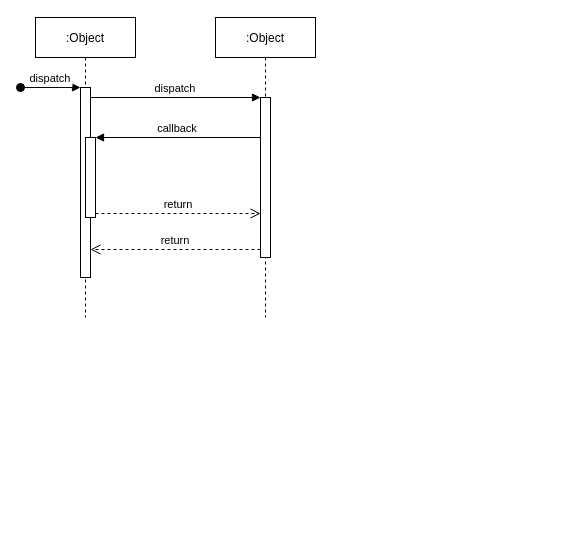
This is Lab2_IS.drawio from TarasKutsyk/IS_Lab2, a draw.io file, before an edit. Source tidied: cells renumbered, new cells numbered last; positions are measured from the earlier drawing's top-left corner, leaving out a move shared by most shapes. Both pictures are drawn from the tidied source at 100%, with x=0, y=0 at pixel (20, 17).
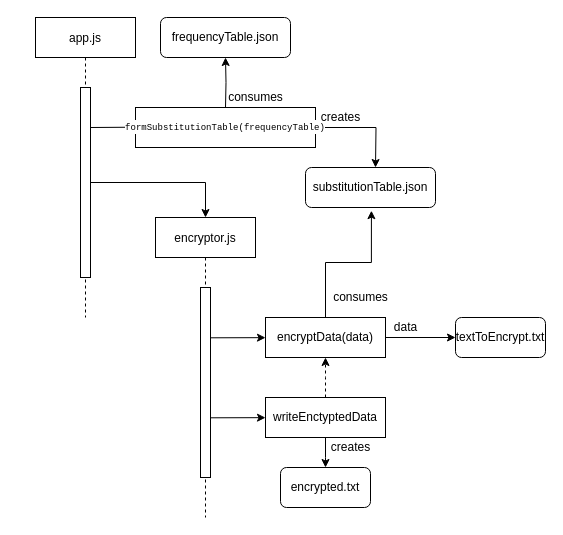
Above is the later version.

The change refers to these unchanged cells:
```xml
<mxCell id="3" style="points=[];perimeter=orthogonalPerimeter;rounded=0;shadow=0;strokeWidth=1;" parent="2" vertex="1">
  <mxGeometry x="45" y="70" width="10" height="190" as="geometry" />
</mxCell>
```

Change to the diagram source:
```diff
@@
-    <mxCell id="2" value=":Object" style="shape=umlLifeline;perimeter=lifelinePerimeter;rounded=0;shadow=0;strokeWidth=1;" parent="1" vertex="1">
+    <mxCell id="2" value="app.js" style="shape=umlLifeline;perimeter=lifelinePerimeter;rounded=0;shadow=0;strokeWidth=1;" parent="1" vertex="1">
       <mxGeometry x="15" width="100" height="300" as="geometry" />
     </mxCell>
@@
-    <mxCell id="4" value="dispatch" style="verticalAlign=bottom;startArrow=oval;endArrow=block;startSize=8;shadow=0;strokeWidth=1;" parent="2" edge="1" target="3">
-      <mxGeometry relative="1" as="geometry">
-        <mxPoint x="-15" y="70" as="sourcePoint" />
-      </mxGeometry>
-    </mxCell>
-    <mxCell id="5" style="points=[];perimeter=orthogonalPerimeter;rounded=0;shadow=0;strokeWidth=1;" parent="2" vertex="1">
-      <mxGeometry x="50" y="120" width="10" height="80" as="geometry" />
-    </mxCell>
-    <mxCell id="6" value=":Object" style="shape=umlLifeline;perimeter=lifelinePerimeter;rounded=0;shadow=0;strokeWidth=1;" parent="1" vertex="1">
-      <mxGeometry x="195" width="100" height="300" as="geometry" />
-    </mxCell>
-    <mxCell id="7" style="points=[];perimeter=orthogonalPerimeter;rounded=0;shadow=0;strokeWidth=1;" parent="6" vertex="1">
-      <mxGeometry x="45" y="80" width="10" height="160" as="geometry" />
-    </mxCell>
-    <mxCell id="8" value="return" style="verticalAlign=bottom;endArrow=open;dashed=1;endSize=8;exitX=0;exitY=0.95;shadow=0;strokeWidth=1;" parent="1" edge="1" source="7" target="3">
-      <mxGeometry relative="1" as="geometry" />
-    </mxCell>
-    <mxCell id="9" value="dispatch" style="verticalAlign=bottom;endArrow=block;entryX=0;entryY=0;shadow=0;strokeWidth=1;" parent="1" edge="1" source="3" target="7">
-      <mxGeometry relative="1" as="geometry" />
-    </mxCell>
-    <mxCell id="10" value="callback" style="verticalAlign=bottom;endArrow=block;entryX=1;entryY=0;shadow=0;strokeWidth=1;" parent="1" edge="1" source="7" target="5">
-      <mxGeometry relative="1" as="geometry" />
-    </mxCell>
-    <mxCell id="11" value="return" style="verticalAlign=bottom;endArrow=open;dashed=1;endSize=8;exitX=1;exitY=0.95;shadow=0;strokeWidth=1;" parent="1" edge="1" source="5" target="7">
-      <mxGeometry relative="1" as="geometry" />
-    </mxCell>
+    <mxCell id="12" style="endArrow=classic;html=1;" parent="1" edge="1">
+      <mxGeometry relative="1" as="geometry">
+        <mxPoint x="70" y="110" as="sourcePoint" />
+        <mxPoint x="115" y="109.7" as="targetPoint" />
+      </mxGeometry>
+    </mxCell>
+    <mxCell id="13" style="rounded=0;whiteSpace=wrap;html=1;" parent="1" vertex="1">
+      <mxGeometry x="115" y="90" width="180" height="40" as="geometry" />
+    </mxCell>
+    <mxCell id="14" style="edgeStyle=orthogonalEdgeStyle;rounded=0;jettySize=auto;html=1;" parent="1" edge="1" source="16">
+      <mxGeometry relative="1" as="geometry">
+        <mxPoint x="355" y="150" as="targetPoint" />
+      </mxGeometry>
+    </mxCell>
+    <mxCell id="15" style="edgeStyle=orthogonalEdgeStyle;rounded=0;jettySize=auto;html=1;entryX=0.5;entryY=1;entryDx=0;entryDy=0;" parent="1" edge="1" target="17">
+      <mxGeometry relative="1" as="geometry">
+        <mxPoint x="205" y="90" as="sourcePoint" />
+      </mxGeometry>
+    </mxCell>
+    <mxCell id="16" value="&lt;pre style=&quot;font-family: &amp;#34;jetbrains mono&amp;#34; , monospace&quot;&gt;&lt;span style=&quot;background-color: rgb(255 , 255 , 255)&quot;&gt;&lt;font style=&quot;font-size: 9px&quot;&gt;formSubstitutionTable(frequencyTable)&lt;/font&gt;&lt;/span&gt;&lt;/pre&gt;" style="text;html=1;strokeColor=none;fillColor=none;align=center;verticalAlign=middle;whiteSpace=wrap;rounded=0;" parent="1" vertex="1">
+      <mxGeometry x="115" y="100" width="180" height="20" as="geometry" />
+    </mxCell>
+    <mxCell id="17" value="frequencyTable.json" style="rounded=1;whiteSpace=wrap;html=1;" parent="1" vertex="1">
+      <mxGeometry x="140" width="130" height="40" as="geometry" />
+    </mxCell>
+    <mxCell id="18" style="edgeStyle=orthogonalEdgeStyle;rounded=0;jettySize=auto;html=1;entryX=0.5;entryY=0;entryDx=0;entryDy=0;entryPerimeter=0;" parent="1" edge="1" source="3" target="19">
+      <mxGeometry relative="1" as="geometry" />
+    </mxCell>
+    <mxCell id="19" value="encryptor.js" style="shape=umlLifeline;perimeter=lifelinePerimeter;rounded=0;shadow=0;strokeWidth=1;" parent="1" vertex="1">
+      <mxGeometry x="135" y="200" width="100" height="300" as="geometry" />
+    </mxCell>
+    <mxCell id="20" style="perimeter=orthogonalPerimeter;rounded=0;shadow=0;strokeWidth=1;" parent="19" vertex="1">
+      <mxGeometry x="45" y="70" width="10" height="190" as="geometry" />
+    </mxCell>
+    <mxCell id="21" value="creates" style="text;html=1;align=center;verticalAlign=middle;" parent="1" vertex="1">
+      <mxGeometry x="295" y="90" width="50" height="20" as="geometry" />
+    </mxCell>
+    <mxCell id="22" value="substitutionTable.json" style="rounded=1;whiteSpace=wrap;html=1;" parent="1" vertex="1">
+      <mxGeometry x="285" y="150" width="130" height="40" as="geometry" />
+    </mxCell>
+    <mxCell id="23" style="endArrow=classic;html=1;" parent="1" edge="1" target="26">
+      <mxGeometry relative="1" as="geometry">
+        <mxPoint x="190" y="320.3" as="sourcePoint" />
+      </mxGeometry>
+    </mxCell>
+    <mxCell id="24" style="edgeStyle=orthogonalEdgeStyle;rounded=0;jettySize=auto;html=1;entryX=0.507;entryY=1.08;entryDx=0;entryDy=0;entryPerimeter=0;" parent="1" edge="1" source="26" target="22">
+      <mxGeometry relative="1" as="geometry" />
+    </mxCell>
+    <mxCell id="25" style="edgeStyle=orthogonalEdgeStyle;rounded=0;jettySize=auto;html=1;entryX=0;entryY=0.5;entryDx=0;entryDy=0;" parent="1" edge="1" source="26" target="33">
+      <mxGeometry relative="1" as="geometry" />
+    </mxCell>
+    <mxCell id="26" value="encryptData(data)" style="rounded=0;whiteSpace=wrap;html=1;" parent="1" vertex="1">
+      <mxGeometry x="245" y="300" width="120" height="40" as="geometry" />
+    </mxCell>
+    <mxCell id="27" value="consumes" style="text;html=1;align=center;verticalAlign=middle;" parent="1" vertex="1">
+      <mxGeometry x="305" y="270" width="70" height="20" as="geometry" />
+    </mxCell>
+    <mxCell id="28" style="edgeStyle=orthogonalEdgeStyle;rounded=0;jettySize=auto;html=1;dashed=1;" parent="1" edge="1" source="30">
+      <mxGeometry relative="1" as="geometry">
+        <mxPoint x="305" y="340" as="targetPoint" />
+      </mxGeometry>
+    </mxCell>
+    <mxCell id="29" style="edgeStyle=orthogonalEdgeStyle;rounded=0;jettySize=auto;html=1;" parent="1" edge="1" source="30">
+      <mxGeometry relative="1" as="geometry">
+        <mxPoint x="305" y="450" as="targetPoint" />
+      </mxGeometry>
+    </mxCell>
+    <mxCell id="30" value="writeEnctyptedData" style="rounded=0;whiteSpace=wrap;html=1;" parent="1" vertex="1">
+      <mxGeometry x="245" y="380" width="120" height="40" as="geometry" />
+    </mxCell>
+    <mxCell id="31" style="endArrow=classic;html=1;" parent="1" edge="1" target="30">
+      <mxGeometry relative="1" as="geometry">
+        <mxPoint x="190" y="400.3" as="sourcePoint" />
+      </mxGeometry>
+    </mxCell>
+    <mxCell id="32" value="encrypted.txt" style="rounded=1;whiteSpace=wrap;html=1;" parent="1" vertex="1">
+      <mxGeometry x="260" y="450" width="90" height="40" as="geometry" />
+    </mxCell>
+    <mxCell id="33" value="textToEncrypt.txt" style="rounded=1;whiteSpace=wrap;html=1;" parent="1" vertex="1">
+      <mxGeometry x="435" y="300" width="90" height="40" as="geometry" />
+    </mxCell>
+    <mxCell id="34" value="data" style="text;html=1;align=center;verticalAlign=middle;" parent="1" vertex="1">
+      <mxGeometry x="365" y="300" width="40" height="20" as="geometry" />
+    </mxCell>
+    <mxCell id="35" value="creates" style="text;html=1;align=center;verticalAlign=middle;" parent="1" vertex="1">
+      <mxGeometry x="305" y="420" width="50" height="20" as="geometry" />
+    </mxCell>
+    <mxCell id="36" value="consumes" style="text;html=1;align=center;verticalAlign=middle;" parent="1" vertex="1">
+      <mxGeometry x="200" y="70" width="70" height="20" as="geometry" />
+    </mxCell>
```
